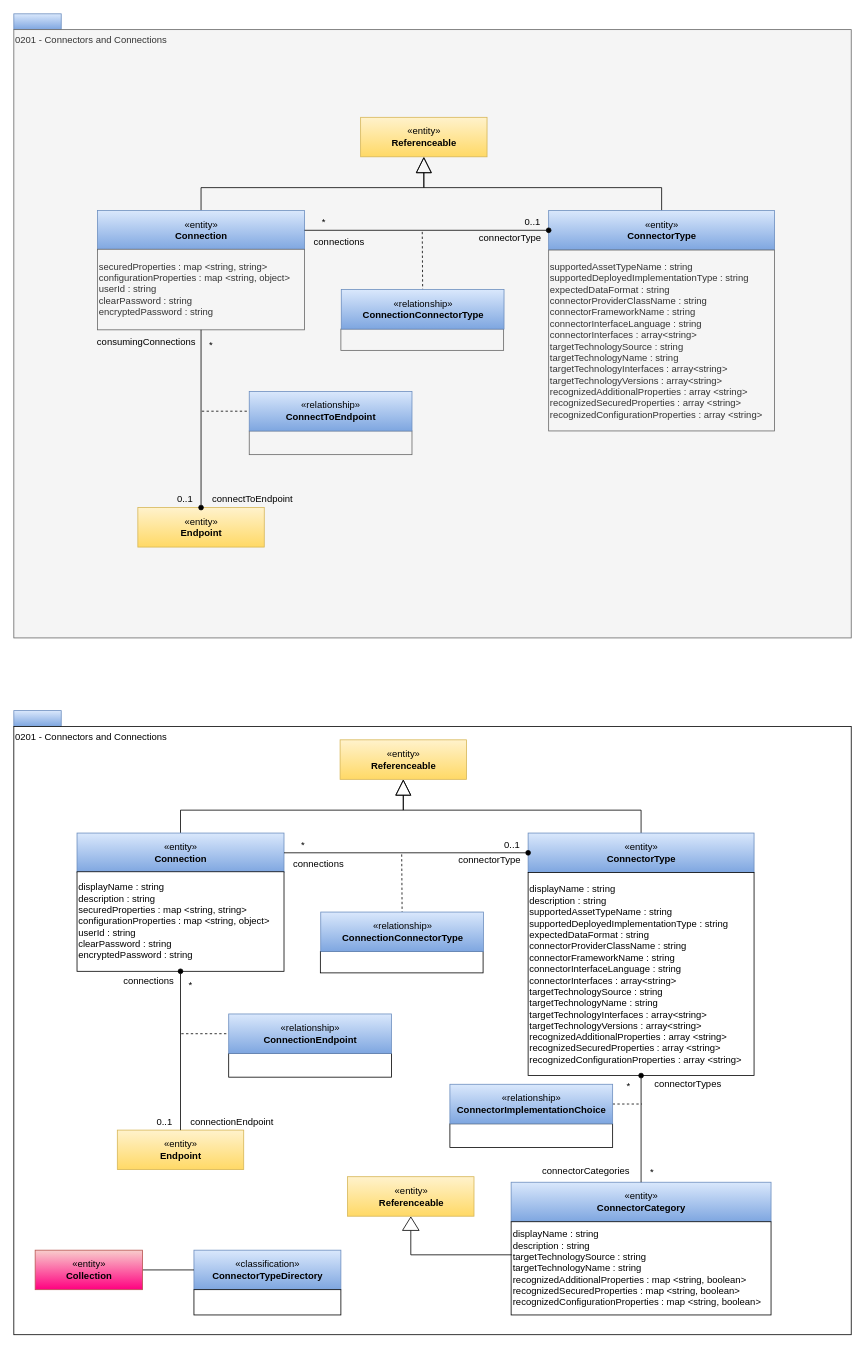
Above: page "0201-Connectors-and-Connections" (2 of 26) of site/docs/types/2/area-2-assets.drawio in odpi/egeria-docs (draw.io), before the change. Source tidied: cells renumbered, new cells numbered last; positions are measured from the earlier drawing's top-left corner, leaving out a move shared by most shapes. Both pictures are drawn from the tidied source at 79%, with x=0, y=0 at pixel (13, 13).
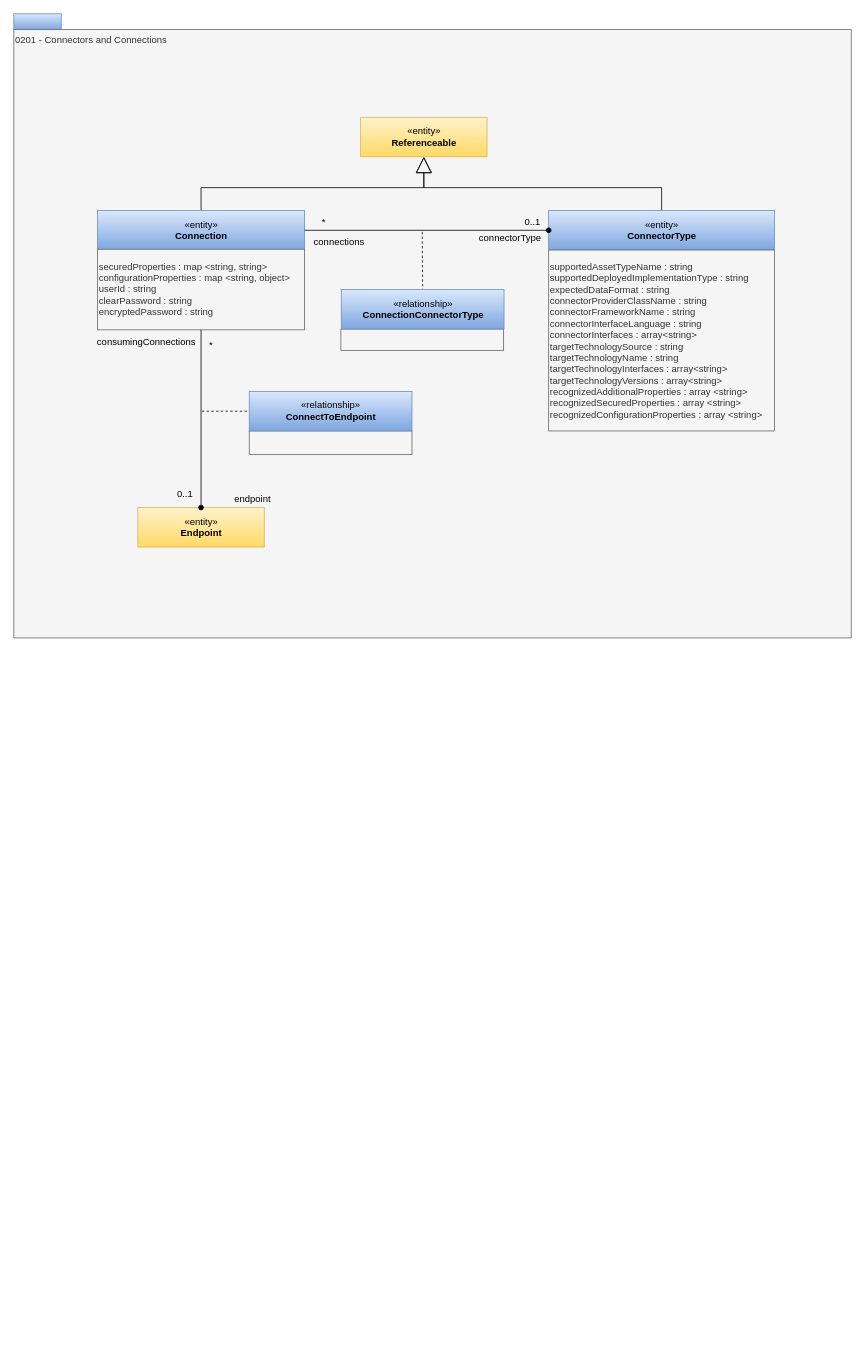
The same diagram, later.

The change refers to these unchanged cells:
```xml
<mxCell id="15" value="«entity»&lt;br&gt;&lt;b&gt;Endpoint&lt;/b&gt;" style="html=1;strokeColor=#d6b656;align=center;fillColor=#fff2cc;gradientColor=#ffd966;" parent="1" vertex="1">
  <mxGeometry x="157" y="625" width="160" height="50" as="geometry" />
</mxCell>
<mxCell id="23" value="securedProperties : map &amp;lt;string, string&amp;gt;&lt;br&gt;configurationProperties : map &amp;lt;string, object&amp;gt;&lt;br&gt;userId : string&lt;br&gt;clearPassword : string&lt;br&gt;encryptedPassword : string" style="rounded=0;whiteSpace=wrap;html=1;strokeColor=#666666;align=left;fillColor=#f5f5f5;fontColor=#333333;" parent="1" vertex="1">
  <mxGeometry x="106" y="298" width="262" height="102" as="geometry" />
</mxCell>
```

Diff of the diagram source:
```diff
@@
-    <mxCell id="18" value="connectToEndpoint" style="text;html=1;strokeColor=none;fillColor=none;align=center;verticalAlign=middle;whiteSpace=wrap;rounded=0;" parent="1" vertex="1">
+    <mxCell id="18" value="endpoint" style="text;html=1;strokeColor=none;fillColor=none;align=center;verticalAlign=middle;whiteSpace=wrap;rounded=0;" parent="1" vertex="1">
       <mxGeometry x="250" y="605" width="105" height="20" as="geometry" />
     </mxCell>
     <mxCell id="19" value="0..1" style="text;html=1;strokeColor=none;fillColor=none;align=center;verticalAlign=middle;whiteSpace=wrap;rounded=0;" parent="1" vertex="1">
-      <mxGeometry x="196.5" y="605" width="40" height="20" as="geometry" />
+      <mxGeometry x="197" y="598" width="40" height="20" as="geometry" />
     </mxCell>
@@
-    <mxCell id="26" style="endArrow=oval;html=1;endFill=1;exitX=0.5;exitY=1;exitDx=0;exitDy=0;" parent="1" edge="1" source="23" target="15">
+    <mxCell id="26" style="endArrow=oval;html=1;endFill=1;exitX=0.5;exitY=1;exitDx=0;exitDy=0;entryX=0.5;entryY=0;entryDx=0;entryDy=0;" parent="1" edge="1" source="23" target="15">
       <mxGeometry relative="1" as="geometry" />
     </mxCell>
@@
-    <mxCell id="28" style="rounded=0;whiteSpace=wrap;html=1;align=left;fillColor=#dae8fc;strokeColor=#6c8ebf;gradientColor=#7ea6e0;" parent="1" vertex="1">
-      <mxGeometry y="882" width="60" height="20" as="geometry" />
-    </mxCell>
-    <mxCell id="29" value="0201 - Connectors and Connections" style="rounded=0;whiteSpace=wrap;html=1;align=left;verticalAlign=top;" parent="1" vertex="1">
-      <mxGeometry y="902" width="1060" height="770" as="geometry" />
-    </mxCell>
-    <mxCell id="30" style="edgeStyle=orthogonalEdgeStyle;rounded=0;jettySize=auto;html=1;exitX=0.5;exitY=0;exitDx=0;exitDy=0;entryX=0.5;entryY=1;entryDx=0;entryDy=0;endSize=18;endArrow=block;endFill=0;" parent="1" edge="1" source="31" target="51">
-      <mxGeometry relative="1" as="geometry" />
-    </mxCell>
-    <mxCell id="31" value="«entity»&lt;br&gt;&lt;b&gt;ConnectorType&lt;/b&gt;" style="html=1;strokeColor=#6c8ebf;align=center;fillColor=#dae8fc;gradientColor=#7ea6e0;" parent="1" vertex="1">
-      <mxGeometry x="651" y="1037" width="286" height="50" as="geometry" />
-    </mxCell>
-    <mxCell id="32" style="endArrow=none;dashed=1;html=1;entryX=0.5;entryY=0;" parent="1" edge="1" target="40">
-      <mxGeometry relative="1" as="geometry">
-        <mxPoint x="491" y="1064" as="sourcePoint" />
-      </mxGeometry>
-    </mxCell>
-    <mxCell id="33" value="0..1" style="text;html=1;strokeColor=none;fillColor=none;align=center;verticalAlign=middle;whiteSpace=wrap;rounded=0;" parent="1" vertex="1">
-      <mxGeometry x="611" y="1042" width="40" height="20" as="geometry" />
-    </mxCell>
-    <mxCell id="34" value="connections" style="text;html=1;strokeColor=none;fillColor=none;align=center;verticalAlign=middle;whiteSpace=wrap;rounded=0;" parent="1" vertex="1">
-      <mxGeometry x="343" y="1067" width="86" height="20" as="geometry" />
-    </mxCell>
-    <mxCell id="35" value="connectorType" style="text;html=1;strokeColor=none;fillColor=none;align=center;verticalAlign=middle;whiteSpace=wrap;rounded=0;" parent="1" vertex="1">
-      <mxGeometry x="552" y="1062" width="101" height="20" as="geometry" />
-    </mxCell>
-    <mxCell id="36" style="rounded=0;whiteSpace=wrap;html=1;strokeColor=#000000;gradientColor=#ffffff;align=left;" parent="1" vertex="1">
-      <mxGeometry x="388" y="1187" width="206" height="27" as="geometry" />
-    </mxCell>
-    <mxCell id="37" value="*" style="text;html=1;strokeColor=none;fillColor=none;align=center;verticalAlign=middle;whiteSpace=wrap;rounded=0;" parent="1" vertex="1">
-      <mxGeometry x="357" y="1042" width="19" height="20" as="geometry" />
-    </mxCell>
-    <mxCell id="38" style="edgeStyle=orthogonalEdgeStyle;rounded=0;jettySize=auto;html=1;exitX=0.5;exitY=0;exitDx=0;exitDy=0;endArrow=block;endFill=0;endSize=18;" parent="1" edge="1" source="39" target="51">
-      <mxGeometry relative="1" as="geometry" />
-    </mxCell>
-    <mxCell id="39" value="«entity»&lt;br&gt;&lt;b&gt;Connection&lt;/b&gt;" style="html=1;strokeColor=#6c8ebf;align=center;fillColor=#dae8fc;gradientColor=#7ea6e0;" parent="1" vertex="1">
-      <mxGeometry x="80" y="1037" width="262" height="50" as="geometry" />
-    </mxCell>
-    <mxCell id="40" value="«relationship»&lt;br&gt;&lt;b&gt;ConnectionConnectorType&lt;/b&gt;" style="html=1;strokeColor=#6c8ebf;align=center;fillColor=#dae8fc;gradientColor=#7ea6e0;" parent="1" vertex="1">
-      <mxGeometry x="388.5" y="1137" width="206" height="50" as="geometry" />
-    </mxCell>
-    <mxCell id="41" value="«entity»&lt;br&gt;&lt;b&gt;Endpoint&lt;/b&gt;" style="html=1;strokeColor=#d6b656;align=center;fillColor=#fff2cc;gradientColor=#ffd966;" parent="1" vertex="1">
-      <mxGeometry x="131" y="1413" width="160" height="50" as="geometry" />
-    </mxCell>
-    <mxCell id="42" value="*" style="text;html=1;strokeColor=none;fillColor=none;align=center;verticalAlign=middle;whiteSpace=wrap;rounded=0;" parent="1" vertex="1">
-      <mxGeometry x="215" y="1219" width="18" height="20" as="geometry" />
-    </mxCell>
-    <mxCell id="43" value="connections" style="text;html=1;strokeColor=none;fillColor=none;align=center;verticalAlign=middle;whiteSpace=wrap;rounded=0;" parent="1" vertex="1">
-      <mxGeometry x="130.5" y="1215" width="80" height="20" as="geometry" />
-    </mxCell>
-    <mxCell id="44" value="connectionEndpoint" style="text;html=1;strokeColor=none;fillColor=none;align=center;verticalAlign=middle;whiteSpace=wrap;rounded=0;" parent="1" vertex="1">
-      <mxGeometry x="224" y="1393" width="105" height="20" as="geometry" />
-    </mxCell>
-    <mxCell id="45" value="0..1" style="text;html=1;strokeColor=none;fillColor=none;align=center;verticalAlign=middle;whiteSpace=wrap;rounded=0;" parent="1" vertex="1">
-      <mxGeometry x="170.5" y="1393" width="40" height="20" as="geometry" />
-    </mxCell>
-    <mxCell id="46" style="endArrow=none;dashed=1;html=1;entryX=0;entryY=0.5;" parent="1" edge="1" target="48">
-      <mxGeometry relative="1" as="geometry">
-        <mxPoint x="212" y="1291" as="sourcePoint" />
-      </mxGeometry>
-    </mxCell>
-    <mxCell id="47" style="rounded=0;whiteSpace=wrap;html=1;strokeColor=#000000;gradientColor=#ffffff;align=left;" parent="1" vertex="1">
-      <mxGeometry x="272" y="1316" width="206" height="30" as="geometry" />
-    </mxCell>
-    <mxCell id="48" value="«relationship»&lt;br&gt;&lt;b&gt;ConnectionEndpoint&lt;/b&gt;" style="html=1;strokeColor=#6c8ebf;align=center;fillColor=#dae8fc;gradientColor=#7ea6e0;" parent="1" vertex="1">
-      <mxGeometry x="272" y="1266" width="206" height="50" as="geometry" />
-    </mxCell>
-    <mxCell id="49" value="displayName : string&lt;br&gt;description : string&lt;br&gt;securedProperties : map &amp;lt;string, string&amp;gt;&lt;br&gt;configurationProperties : map &amp;lt;string, object&amp;gt;&lt;br&gt;userId : string&lt;br&gt;clearPassword : string&lt;br&gt;encryptedPassword : string" style="rounded=0;whiteSpace=wrap;html=1;strokeColor=#000000;gradientColor=#ffffff;align=left;" parent="1" vertex="1">
-      <mxGeometry x="80" y="1086" width="262" height="126" as="geometry" />
-    </mxCell>
-    <mxCell id="50" value="displayName : string&lt;br&gt;description : string&lt;br&gt;supportedAssetTypeName : string&lt;br&gt;supportedDeployedImplementationType : string&lt;br&gt;expectedDataFormat : string&lt;br&gt;connectorProviderClassName : string&lt;br&gt;connectorFrameworkName : string&lt;br&gt;connectorInterfaceLanguage : string&lt;br&gt;connectorInterfaces : array&amp;lt;string&amp;gt;&lt;br&gt;targetTechnologySource : string&lt;br&gt;targetTechnologyName : string&lt;br&gt;targetTechnologyInterfaces : array&amp;lt;string&amp;gt;&lt;br&gt;targetTechnologyVersions : array&amp;lt;string&amp;gt;&lt;br&gt;recognizedAdditionalProperties : array &amp;lt;string&amp;gt;&lt;br&gt;recognizedSecuredProperties : array &amp;lt;string&amp;gt;&lt;br&gt;recognizedConfigurationProperties : array &amp;lt;string&amp;gt;" style="rounded=0;whiteSpace=wrap;html=1;strokeColor=#000000;gradientColor=#ffffff;align=left;" parent="1" vertex="1">
-      <mxGeometry x="651" y="1087" width="286" height="257" as="geometry" />
-    </mxCell>
-    <mxCell id="51" value="«entity»&lt;br&gt;&lt;b&gt;Referenceable&lt;/b&gt;" style="html=1;strokeColor=#d6b656;align=center;fillColor=#fff2cc;gradientColor=#ffd966;" parent="1" vertex="1">
-      <mxGeometry x="413" y="919" width="160" height="50" as="geometry" />
-    </mxCell>
-    <mxCell id="52" value="«entity»&lt;br&gt;&lt;b&gt;ConnectorCategory&lt;/b&gt;" style="html=1;strokeColor=#6c8ebf;align=center;fillColor=#dae8fc;gradientColor=#7ea6e0;" parent="1" vertex="1">
-      <mxGeometry x="629.5" y="1479" width="329" height="50" as="geometry" />
-    </mxCell>
-    <mxCell id="53" value="displayName : string&lt;br&gt;description : string&lt;br&gt;targetTechnologySource : string&lt;br&gt;targetTechnologyName : string&lt;br&gt;recognizedAdditionalProperties : map &amp;lt;string, boolean&amp;gt;&lt;br&gt;recognizedSecuredProperties : map &amp;lt;string, boolean&amp;gt;&lt;br&gt;recognizedConfigurationProperties : map &amp;lt;string, boolean&amp;gt;" style="rounded=0;whiteSpace=wrap;html=1;strokeColor=#000000;gradientColor=#ffffff;align=left;" parent="1" vertex="1">
-      <mxGeometry x="629.5" y="1529" width="329" height="118" as="geometry" />
-    </mxCell>
-    <mxCell id="54" style="rounded=0;whiteSpace=wrap;html=1;strokeColor=#000000;gradientColor=#ffffff;align=left;" parent="1" vertex="1">
-      <mxGeometry x="552" y="1405" width="206" height="30" as="geometry" />
-    </mxCell>
-    <mxCell id="55" style="edgeStyle=orthogonalEdgeStyle;rounded=0;jettySize=auto;html=1;endArrow=none;endFill=0;dashed=1;" parent="1" edge="1" source="56">
-      <mxGeometry relative="1" as="geometry">
-        <mxPoint x="795" y="1380" as="targetPoint" />
-      </mxGeometry>
-    </mxCell>
-    <mxCell id="56" value="«relationship»&lt;br&gt;&lt;b&gt;ConnectorImplementationChoice&lt;/b&gt;" style="html=1;strokeColor=#6c8ebf;align=center;fillColor=#dae8fc;gradientColor=#7ea6e0;" parent="1" vertex="1">
-      <mxGeometry x="552" y="1355" width="206" height="50" as="geometry" />
-    </mxCell>
-    <mxCell id="57" value="connectorTypes" style="text;html=1;align=center;verticalAlign=middle;strokeColor=none;" parent="1" vertex="1">
-      <mxGeometry x="805" y="1346" width="95" height="18" as="geometry" />
-    </mxCell>
-    <mxCell id="58" value="connectorCategories" style="text;html=1;align=center;verticalAlign=middle;strokeColor=none;" parent="1" vertex="1">
-      <mxGeometry x="663" y="1456" width="121" height="18" as="geometry" />
-    </mxCell>
-    <mxCell id="59" value="*" style="text;html=1;strokeColor=none;fillColor=none;align=center;verticalAlign=middle;whiteSpace=wrap;rounded=0;" parent="1" vertex="1">
-      <mxGeometry x="788" y="1456" width="40" height="20" as="geometry" />
-    </mxCell>
-    <mxCell id="60" value="*" style="text;html=1;strokeColor=none;fillColor=none;align=center;verticalAlign=middle;whiteSpace=wrap;rounded=0;" parent="1" vertex="1">
-      <mxGeometry x="769" y="1348" width="19" height="20" as="geometry" />
-    </mxCell>
-    <mxCell id="61" style="edgeStyle=orthogonalEdgeStyle;rounded=0;html=1;endArrow=none;endFill=0;jettySize=auto;entryX=0.002;entryY=0.355;entryDx=0;entryDy=0;entryPerimeter=0;exitX=0;exitY=0.5;exitDx=0;exitDy=0;" parent="1" edge="1" source="63" target="53">
-      <mxGeometry relative="1" as="geometry" />
-    </mxCell>
-    <mxCell id="62" value="«entity»&lt;br&gt;&lt;b&gt;Referenceable&lt;/b&gt;" style="html=1;strokeColor=#d6b656;align=center;fillColor=#fff2cc;gradientColor=#ffd966;" parent="1" vertex="1">
-      <mxGeometry x="422.5" y="1472" width="160" height="50" as="geometry" />
-    </mxCell>
-    <mxCell id="63" style="triangle;whiteSpace=wrap;html=1;strokeColor=#000000;gradientColor=#ffffff;align=center;rotation=-90;" parent="1" vertex="1">
-      <mxGeometry x="494" y="1521" width="17" height="21" as="geometry" />
-    </mxCell>
-    <mxCell id="64" value="«classification»&lt;br&gt;&lt;b&gt;ConnectorTypeDirectory&lt;/b&gt;" style="html=1;strokeColor=#6c8ebf;align=center;fillColor=#dae8fc;gradientColor=#7ea6e0;" parent="1" vertex="1">
-      <mxGeometry x="228" y="1565" width="186" height="50" as="geometry" />
-    </mxCell>
-    <mxCell id="65" style="rounded=0;whiteSpace=wrap;html=1;strokeColor=#000000;gradientColor=#ffffff;align=left;" parent="1" vertex="1">
-      <mxGeometry x="228" y="1615" width="186" height="32" as="geometry" />
-    </mxCell>
-    <mxCell id="66" style="edgeStyle=orthogonalEdgeStyle;rounded=0;jettySize=auto;html=1;exitX=1;exitY=0.5;exitDx=0;exitDy=0;entryX=0;entryY=0.5;entryDx=0;entryDy=0;endArrow=none;endFill=0;" parent="1" edge="1" source="67" target="64">
-      <mxGeometry relative="1" as="geometry" />
-    </mxCell>
-    <mxCell id="67" value="«entity»&lt;br&gt;&lt;b&gt;Collection&lt;/b&gt;" style="html=1;strokeColor=#b85450;align=center;fillColor=#f8cecc;gradientColor=#FF0080;" parent="1" vertex="1">
-      <mxGeometry x="27" y="1565" width="136" height="50" as="geometry" />
-    </mxCell>
-    <mxCell id="68" style="endArrow=oval;html=1;entryX=0.5;entryY=1;endFill=1;" parent="1" edge="1" source="41" target="49">
-      <mxGeometry relative="1" as="geometry" />
-    </mxCell>
-    <mxCell id="69" style="edgeStyle=orthogonalEdgeStyle;rounded=0;html=1;exitX=0;exitY=0.5;entryX=1;entryY=0.5;endArrow=none;endFill=0;jettySize=auto;startArrow=oval;startFill=1;" parent="1" edge="1" source="31" target="39">
-      <mxGeometry relative="1" as="geometry" />
-    </mxCell>
-    <mxCell id="70" style="edgeStyle=orthogonalEdgeStyle;rounded=0;jettySize=auto;html=1;entryX=0.5;entryY=0;entryDx=0;entryDy=0;endArrow=none;endFill=0;startArrow=oval;startFill=1;" parent="1" edge="1" source="50" target="52">
-      <mxGeometry relative="1" as="geometry" />
-    </mxCell>
```
